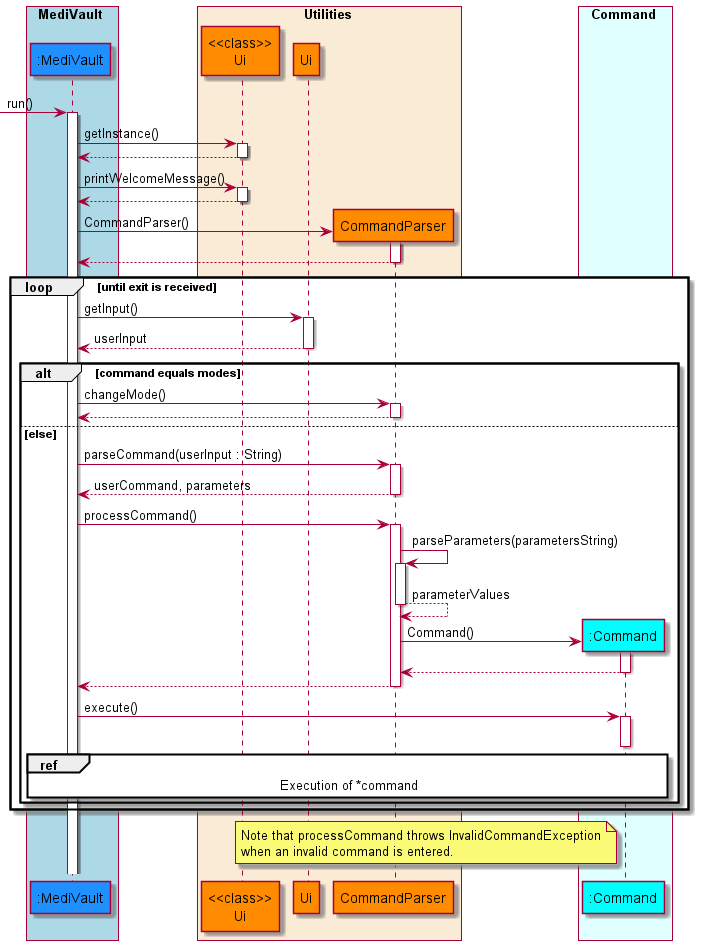
This is docs/diagrams/diagram_images/MainLogicSequenceDiagram.png from nus-cs2113-AY2122S1/tp, a PlantUML export, as it was before one commit. The source it was exported from:
```plantuml
@startuml AddSequenceDiagram

!include style.puml

box MediVault COLOR_MEDIVAULT_BOX
    participant ":MediVault" as medivault COLOR_MEDIVAULT
end box

box Utilities COLOR_UTILITIES_BOX
    participant "<<class>>\nUi" as uiclass COLOR_UTILITIES
    participant "Ui" as ui COLOR_UTILITIES
    participant "CommandParser" as commandparser COLOR_UTILITIES
end box

box Command COLOR_COMMAND_BOX
    participant ":Command" as command COLOR_COMMAND
end box

autoactivate on

-> medivault: run()
    medivault -> uiclass : getInstance()
    medivault <-- uiclass
    medivault -> uiclass : printWelcomeMessage()
    medivault <-- uiclass
    create commandparser
    medivault -> commandparser : CommandParser()
    medivault <-- commandparser

    loop until exit is received
        medivault -> ui : getInput()
        medivault <-- ui : userInput

        alt command equals modes
            medivault -> commandparser : changeMode()
            medivault <-- commandparser
        else else
            medivault -> commandparser : parseCommand(userInput : String)
            medivault <-- commandparser : userCommand, parameters
            medivault -> commandparser : processCommand()
            commandparser -> commandparser : parseParameters(parametersString)
            commandparser --> commandparser : parameterValues
            create command
            commandparser -> command : Command()
            commandparser <-- command
            medivault <-- commandparser
            medivault -> command : execute()
            deactivate command
            ref over medivault,command
                Execution of *command
            end ref
        end
    end

note left of command
Note that processCommand throws InvalidCommandException
when an invalid command is entered.
end note

@enduml
```
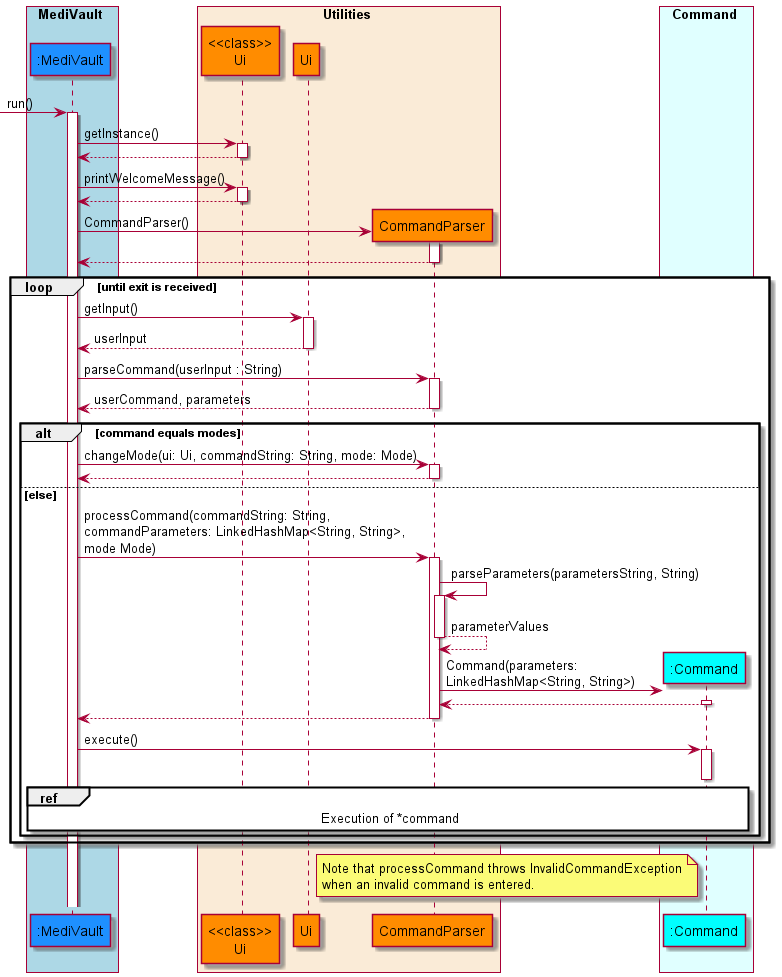
The same diagram one commit later.

Commit message:
Update sequence diagrams

What changed in the source:
```diff
@@ -30,18 +30,18 @@
     loop until exit is received
         medivault -> ui : getInput()
         medivault <-- ui : userInput
+        medivault -> commandparser : parseCommand(userInput : String)
+        medivault <-- commandparser : userCommand, parameters
 
         alt command equals modes
-            medivault -> commandparser : changeMode()
+            medivault -> commandparser : changeMode(ui: Ui, commandString: String, mode: Mode)
             medivault <-- commandparser
         else else
-            medivault -> commandparser : parseCommand(userInput : String)
-            medivault <-- commandparser : userCommand, parameters
-            medivault -> commandparser : processCommand()
-            commandparser -> commandparser : parseParameters(parametersString)
+            medivault -> commandparser : processCommand(commandString: String,\ncommandParameters: LinkedHashMap<String, String>,\nmode Mode)
+            commandparser -> commandparser : parseParameters(parametersString, String)
             commandparser --> commandparser : parameterValues
             create command
-            commandparser -> command : Command()
+            commandparser -> command : Command(parameters:\nLinkedHashMap<String, String>)
             commandparser <-- command
             medivault <-- commandparser
             medivault -> command : execute()
```
